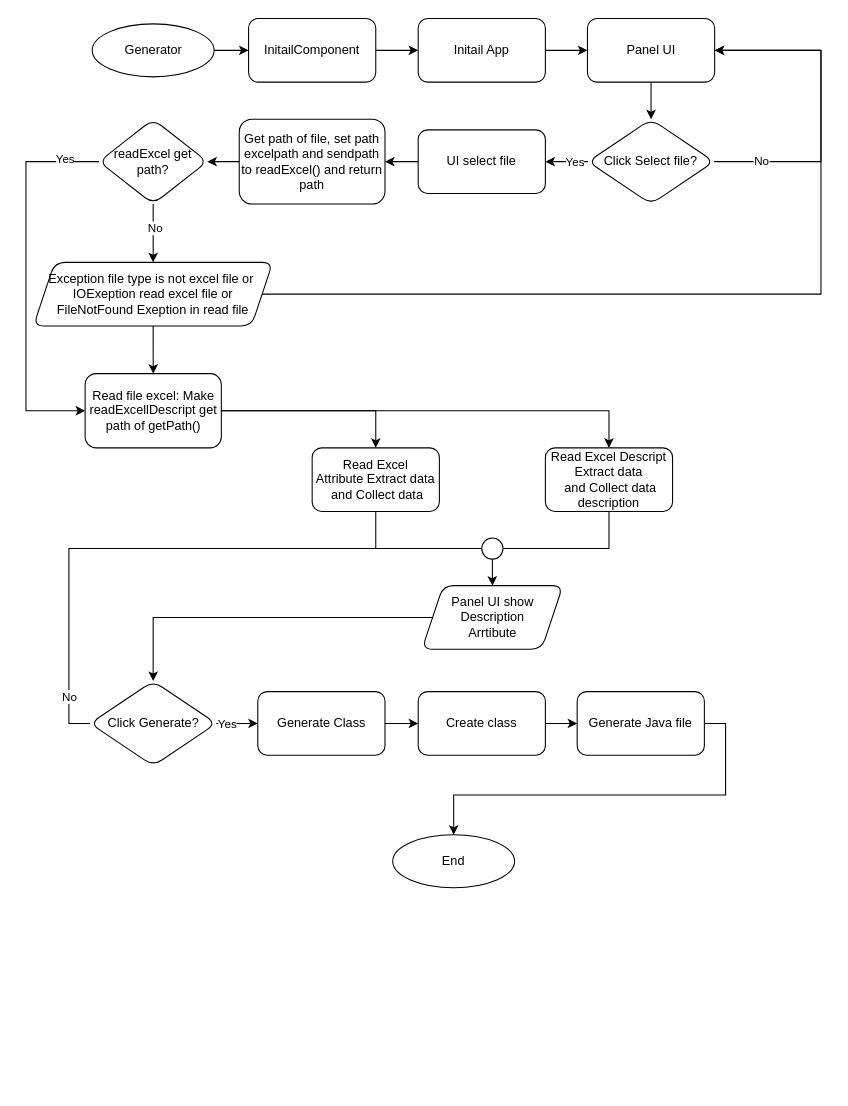
Earlier version of the draw.io diagram Untitled Diagram.drawio (MangkhaletSuad/MangkhaletSuad). Source tidied: cells renumbered, new cells numbered last; positions are measured from the earlier drawing's top-left corner, leaving out a move shared by most shapes. Both pictures are drawn from the tidied source at 106%, with x=0, y=0 at pixel (25, 18).
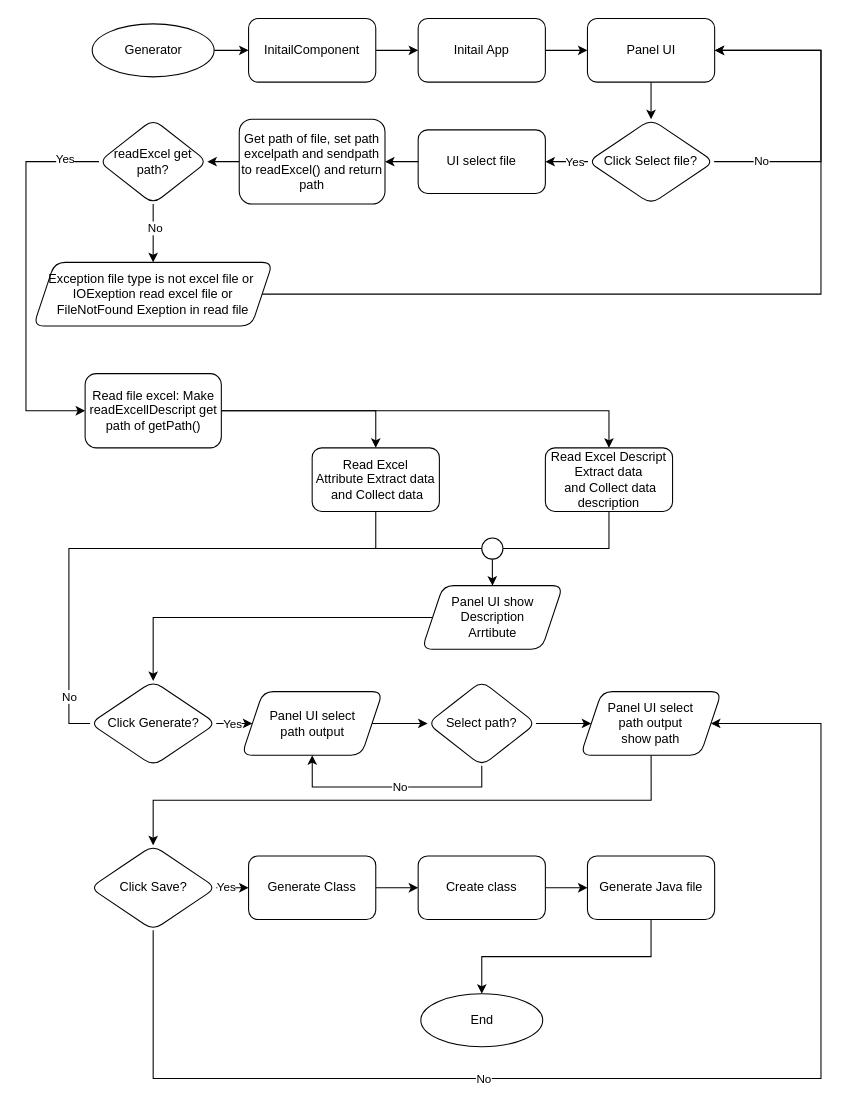
Above is the later version.

Unchanged cells that the change refers to:
```xml
<mxCell id="24" value="Exception file type is not excel file or&amp;nbsp;&lt;br&gt;IOExeption read excel file or&lt;br&gt;FileNotFound Exeption in read file" style="shape=parallelogram;perimeter=parallelogramPerimeter;whiteSpace=wrap;html=1;fixedSize=1;rounded=1;" parent="1" vertex="1">
  <mxGeometry x="7.1" y="230" width="225.7" height="60" as="geometry" />
</mxCell>
<mxCell id="27" value="Read file excel: Make readExcellDescript get path of getPath()" style="whiteSpace=wrap;html=1;rounded=1;" parent="1" vertex="1">
  <mxGeometry x="55.8" y="335" width="128.5" height="70" as="geometry" />
</mxCell>
<mxCell id="38" value="Click Generate?" style="rhombus;whiteSpace=wrap;html=1;rounded=1;" parent="1" vertex="1">
  <mxGeometry x="60.5" y="625" width="119" height="80" as="geometry" />
</mxCell>
```

What changed in the source:
```diff
@@
-    <mxCell id="23" style="edgeStyle=orthogonalEdgeStyle;rounded=0;jettySize=auto;html=1;" parent="1" edge="1" source="24" target="27">
-      <mxGeometry relative="1" as="geometry" />
-    </mxCell>
@@
-    <mxCell id="34" style="edgeStyle=orthogonalEdgeStyle;rounded=0;jettySize=auto;html=1;" parent="1" edge="1" source="38" target="40">
+    <mxCell id="34" style="edgeStyle=orthogonalEdgeStyle;rounded=0;jettySize=auto;html=1;entryX=0;entryY=0.5;entryDx=0;entryDy=0;" parent="1" edge="1" source="38" target="51">
       <mxGeometry relative="1" as="geometry" />
     </mxCell>
@@
     <mxCell id="40" value="Generate Class" style="rounded=1;whiteSpace=wrap;html=1;" parent="1" vertex="1">
-      <mxGeometry x="218.7" y="635" width="120" height="60" as="geometry" />
+      <mxGeometry x="210" y="790" width="120" height="60" as="geometry" />
     </mxCell>
@@
-    <mxCell id="43" value="End&lt;br&gt;" style="ellipse;whiteSpace=wrap;html=1;" parent="1" vertex="1">
-      <mxGeometry x="346" y="770" width="115" height="50" as="geometry" />
-    </mxCell>
@@
     <mxCell id="45" value="Create class" style="whiteSpace=wrap;html=1;rounded=1;" parent="1" vertex="1">
-      <mxGeometry x="370" y="635" width="120" height="60" as="geometry" />
+      <mxGeometry x="370" y="790" width="120" height="60" as="geometry" />
     </mxCell>
-    <mxCell id="46" style="edgeStyle=orthogonalEdgeStyle;rounded=0;jettySize=auto;html=1;exitX=1;exitY=0.5;exitDx=0;exitDy=0;entryX=0.5;entryY=0;entryDx=0;entryDy=0;" parent="1" edge="1" source="47" target="43">
+    <mxCell id="46" style="edgeStyle=orthogonalEdgeStyle;rounded=0;jettySize=auto;html=1;exitX=0.5;exitY=1;exitDx=0;exitDy=0;entryX=0.5;entryY=0;entryDx=0;entryDy=0;" parent="1" edge="1" source="47" target="43">
       <mxGeometry relative="1" as="geometry" />
     </mxCell>
     <mxCell id="47" value="Generate Java file" style="whiteSpace=wrap;html=1;rounded=1;" parent="1" vertex="1">
-      <mxGeometry x="520" y="635" width="120" height="60" as="geometry" />
+      <mxGeometry x="529.7" y="790" width="120" height="60" as="geometry" />
     </mxCell>
@@
+    <mxCell id="50" style="edgeStyle=orthogonalEdgeStyle;rounded=0;jettySize=auto;html=1;" parent="1" edge="1" source="51" target="55">
+      <mxGeometry relative="1" as="geometry" />
+    </mxCell>
+    <mxCell id="51" value="Panel UI select &lt;br&gt;path output" style="shape=parallelogram;perimeter=parallelogramPerimeter;whiteSpace=wrap;html=1;fixedSize=1;rounded=1;" parent="1" vertex="1">
+      <mxGeometry x="203.6" y="635" width="132.9" height="60" as="geometry" />
+    </mxCell>
+    <mxCell id="52" style="edgeStyle=orthogonalEdgeStyle;rounded=0;jettySize=auto;html=1;exitX=0.5;exitY=1;exitDx=0;exitDy=0;entryX=0.5;entryY=1;entryDx=0;entryDy=0;" parent="1" edge="1" source="55" target="51">
+      <mxGeometry relative="1" as="geometry" />
+    </mxCell>
+    <mxCell id="53" value="No" style="edgeLabel;html=1;align=center;verticalAlign=middle;" parent="52" vertex="1">
+      <mxGeometry x="-0.07" y="-1" relative="1" as="geometry" />
+    </mxCell>
+    <mxCell id="54" style="edgeStyle=orthogonalEdgeStyle;rounded=0;jettySize=auto;html=1;" parent="1" edge="1" source="55" target="57">
+      <mxGeometry relative="1" as="geometry" />
+    </mxCell>
+    <mxCell id="55" value="Select path?" style="rhombus;whiteSpace=wrap;html=1;rounded=1;" parent="1" vertex="1">
+      <mxGeometry x="378.9" y="625" width="102.2" height="80" as="geometry" />
+    </mxCell>
+    <mxCell id="56" style="edgeStyle=orthogonalEdgeStyle;rounded=0;jettySize=auto;html=1;exitX=0.5;exitY=1;exitDx=0;exitDy=0;entryX=0.5;entryY=0;entryDx=0;entryDy=0;" parent="1" edge="1" source="57" target="62">
+      <mxGeometry relative="1" as="geometry" />
+    </mxCell>
+    <mxCell id="57" value="Panel UI select&lt;br style=&quot;border-color: var(--border-color);&quot;&gt;path output&lt;br&gt;show path" style="shape=parallelogram;perimeter=parallelogramPerimeter;whiteSpace=wrap;html=1;fixedSize=1;rounded=1;" parent="1" vertex="1">
+      <mxGeometry x="523.3" y="635" width="132.9" height="60" as="geometry" />
+    </mxCell>
+    <mxCell id="43" value="End&lt;br&gt;" style="ellipse;whiteSpace=wrap;html=1;" parent="1" vertex="1">
+      <mxGeometry x="372.5" y="920" width="115" height="50" as="geometry" />
+    </mxCell>
+    <mxCell id="58" style="edgeStyle=orthogonalEdgeStyle;rounded=0;jettySize=auto;html=1;" parent="1" edge="1" source="62" target="40">
+      <mxGeometry relative="1" as="geometry" />
+    </mxCell>
+    <mxCell id="59" value="Yes" style="edgeLabel;html=1;align=center;verticalAlign=middle;" parent="58" vertex="1">
+      <mxGeometry x="-0.64" y="1" relative="1" as="geometry" />
+    </mxCell>
+    <mxCell id="60" style="edgeStyle=orthogonalEdgeStyle;rounded=0;jettySize=auto;html=1;exitX=0.5;exitY=1;exitDx=0;exitDy=0;entryX=1;entryY=0.5;entryDx=0;entryDy=0;" parent="1" edge="1" source="62" target="57">
+      <mxGeometry relative="1" as="geometry">
+        <Array as="points">
+          <mxPoint x="120" y="1000" />
+          <mxPoint x="750" y="1000" />
+          <mxPoint x="750" y="665" />
+        </Array>
+      </mxGeometry>
+    </mxCell>
+    <mxCell id="61" value="No" style="edgeLabel;html=1;align=center;verticalAlign=middle;" parent="60" vertex="1">
+      <mxGeometry x="-0.25" y="-3" relative="1" as="geometry">
+        <mxPoint x="-2" y="-3" as="offset" />
+      </mxGeometry>
+    </mxCell>
+    <mxCell id="62" value="Click Save?" style="rhombus;whiteSpace=wrap;html=1;rounded=1;" parent="1" vertex="1">
+      <mxGeometry x="60.5" y="780" width="119" height="80" as="geometry" />
+    </mxCell>
```
